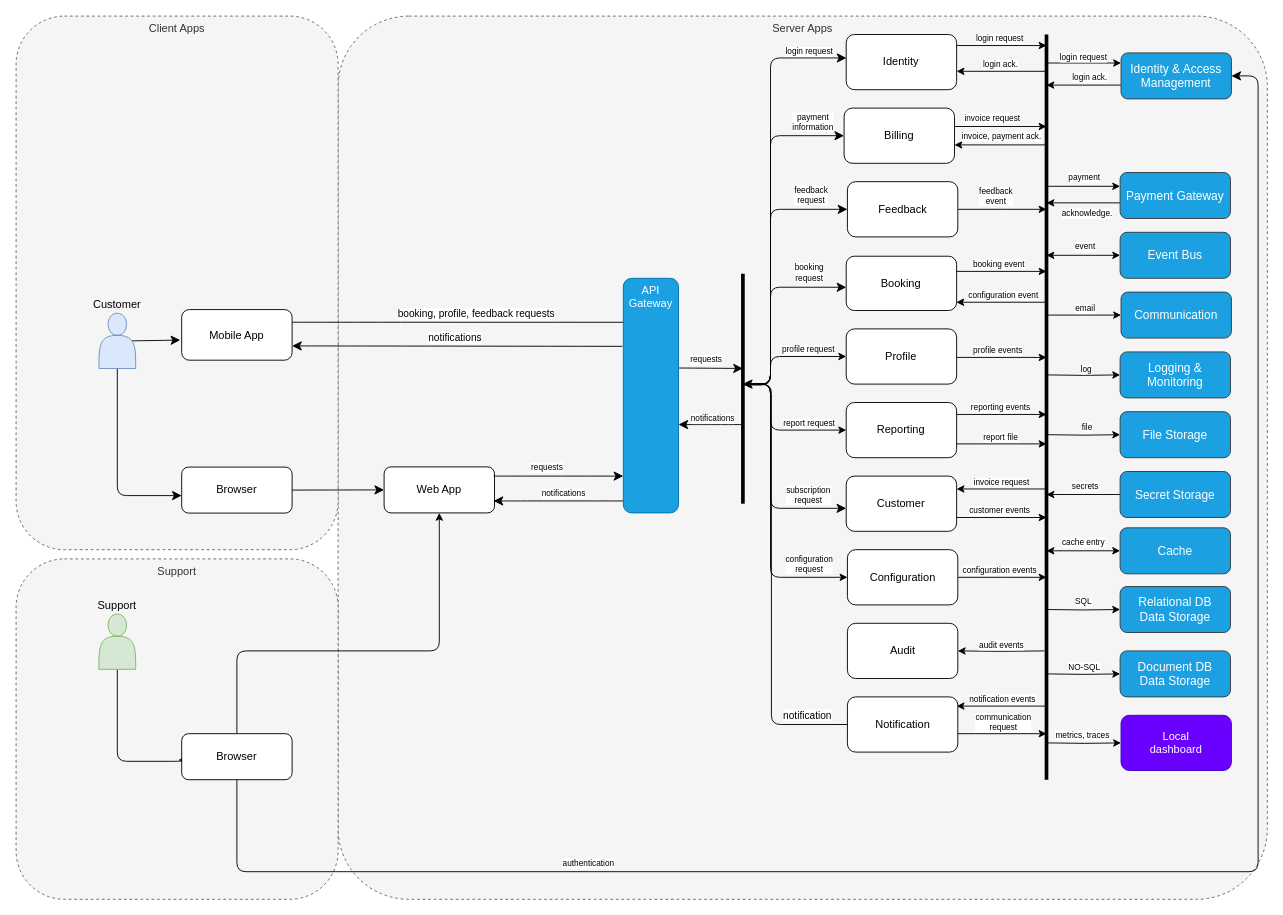
This is page "application-arch-1" (3 of 32) of docs/fps.drawio from RobertVejvoda/FPS, a draw.io file, before an edit. Source tidied: cells renumbered, new cells numbered last; positions are measured from the earlier drawing's top-left corner, leaving out a move shared by most shapes. Both pictures are drawn from the tidied source at 92%, with x=0, y=0 at pixel (16, 16).
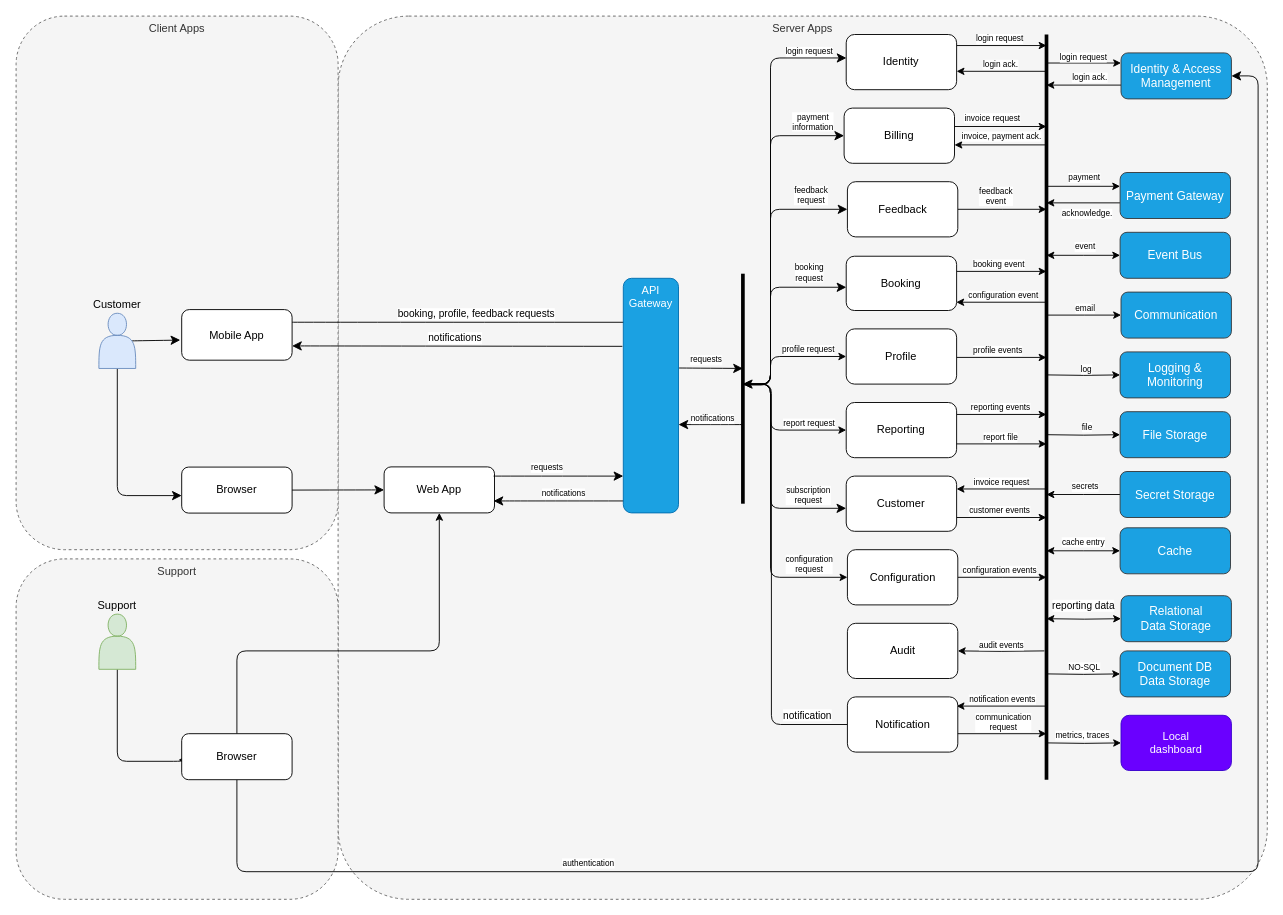
The same page after the edit.

The edit, as a diff of the source:
```diff
@@
-    <mxCell id="107" style="edgeStyle=orthogonalEdgeStyle;rounded=0;jettySize=auto;html=1;" parent="5" edge="1" target="109">
-      <mxGeometry relative="1" as="geometry">
-        <mxPoint x="1120" y="645" as="sourcePoint" />
-      </mxGeometry>
-    </mxCell>
-    <mxCell id="108" value="SQL" style="edgeLabel;html=1;align=center;verticalAlign=middle;fontSize=9;" parent="107" vertex="1">
-      <mxGeometry x="-0.09" y="1" relative="1" as="geometry">
-        <mxPoint x="2" y="-8" as="offset" />
-      </mxGeometry>
-    </mxCell>
-    <mxCell id="109" value="Relational DB&lt;br&gt;Data Storage" style="rounded=1;whiteSpace=wrap;html=1;fontSize=13;strokeColor=#36393d;strokeWidth=1;verticalAlign=middle;fillColor=#1ba1e2;align=center;fontFamily=Helvetica;fontColor=#ffffff;" parent="5" vertex="1">
-      <mxGeometry x="1200" y="620" width="120" height="50" as="geometry" />
-    </mxCell>
@@
+    <mxCell id="131" style="edgeStyle=orthogonalEdgeStyle;shape=connector;rounded=0;jettySize=auto;html=1;strokeColor=default;align=center;verticalAlign=middle;fontFamily=Helvetica;fontSize=11;fontColor=default;labelBackgroundColor=default;endArrow=classic;startArrow=classic;startFill=1;" parent="5" edge="1" target="133">
+      <mxGeometry relative="1" as="geometry">
+        <mxPoint x="1120" y="655" as="sourcePoint" />
+      </mxGeometry>
+    </mxCell>
+    <mxCell id="132" value="reporting data" style="edgeLabel;html=1;align=center;verticalAlign=middle;fontFamily=Helvetica;fontSize=11;fontColor=default;labelBackgroundColor=default;" parent="131" vertex="1">
+      <mxGeometry x="-0.16" y="-1" relative="1" as="geometry">
+        <mxPoint x="6" y="-16" as="offset" />
+      </mxGeometry>
+    </mxCell>
+    <mxCell id="133" value="Relational Data&amp;nbsp;Storage" style="rounded=1;whiteSpace=wrap;html=1;fontSize=13;strokeColor=#36393d;strokeWidth=1;verticalAlign=middle;fillColor=#1ba1e2;align=center;fontFamily=Helvetica;fontColor=#ffffff;" parent="5" vertex="1">
+      <mxGeometry x="1201" y="630" width="120" height="50" as="geometry" />
+    </mxCell>
```
